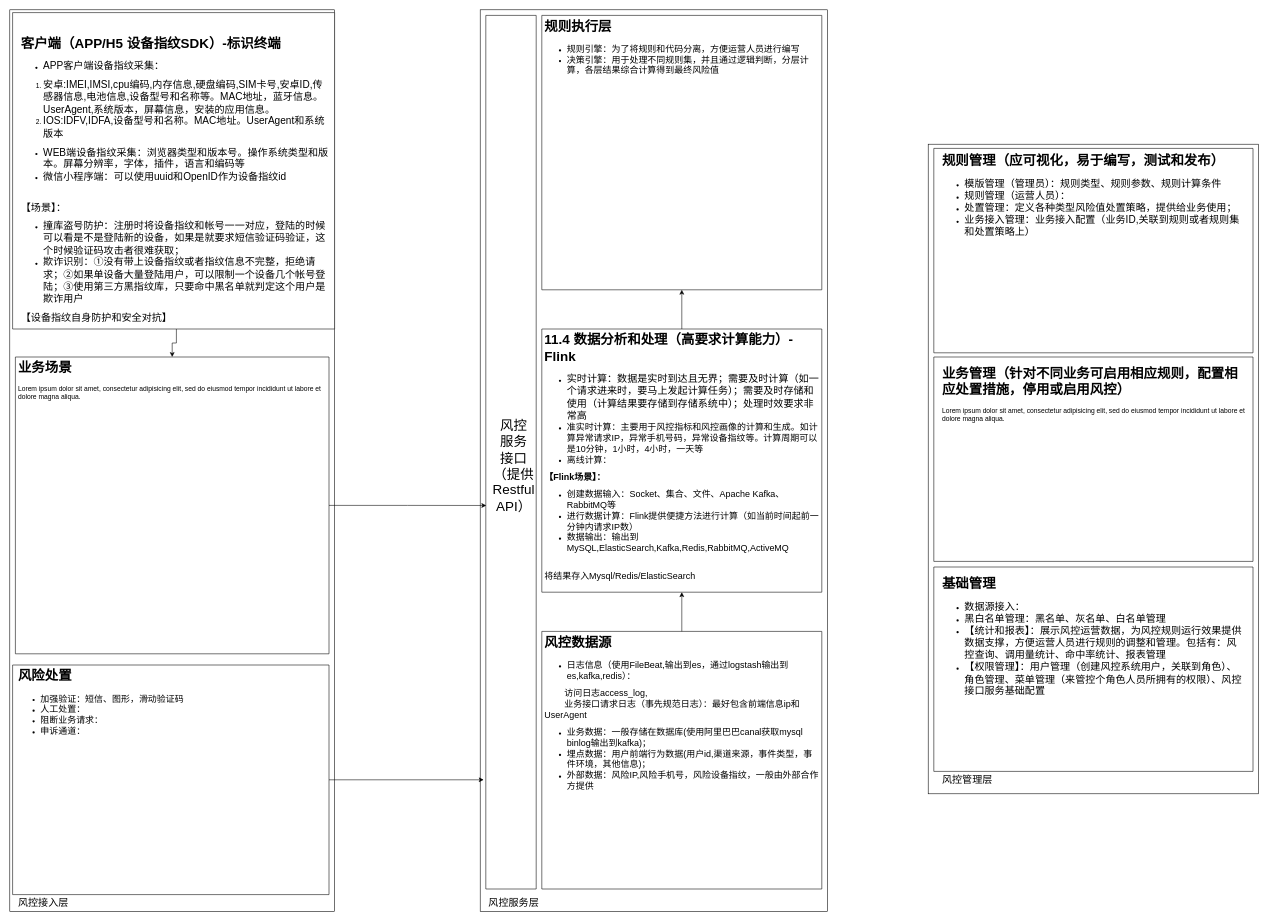
The draw.io diagram page "11.1 风控系统架构" (1 of 3) of 互联网安全风控系统介绍.drawio in kimi-sxh/process_pic, before the edit. Source tidied: cells renumbered, new cells numbered last; positions are measured from the earlier drawing's top-left corner, leaving out a move shared by most shapes. Both pictures are drawn from the tidied source at 56%, with x=0, y=0 at pixel (10, 10).
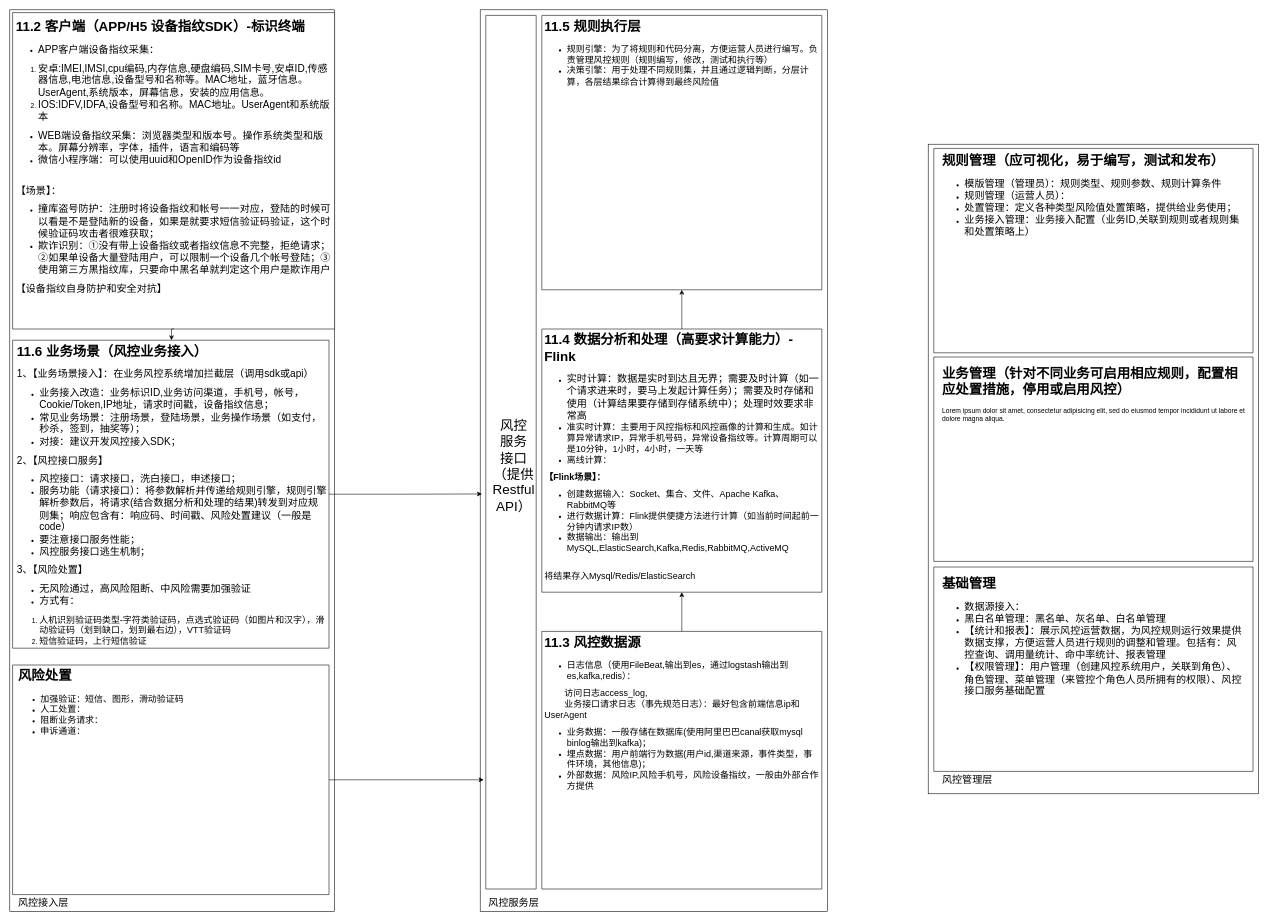
Above is the later version.

Unchanged cells that the change refers to:
```xml
<mxCell id="3" style="rounded=0;whiteSpace=wrap;html=1;" parent="1" vertex="1">
  <mxGeometry x="840" width="620" height="1610" as="geometry" />
</mxCell>
<mxCell id="8" style="verticalLabelPosition=bottom;verticalAlign=top;html=1;shape=mxgraph.basic.rect;fillColor2=none;strokeWidth=1;size=20;indent=5;" parent="1" vertex="1">
  <mxGeometry x="850" y="10" width="90" height="1560" as="geometry" />
</mxCell>
```

What changed in the source:
```diff
@@
-    <mxCell id="12" value="&lt;h1&gt;风控数据源&lt;/h1&gt;&lt;p&gt;&lt;/p&gt;&lt;ul&gt;&lt;li&gt;&lt;font size=&quot;3&quot;&gt;日志信息（使用FileBeat,输出到es，通过logstash输出到es,kafka,redis）：&lt;/font&gt;&lt;/li&gt;&lt;/ul&gt;&lt;span style=&quot;font-size: medium; background-color: initial;&quot;&gt;&lt;span style=&quot;white-space: pre;&quot;&gt;&#9;&lt;/span&gt;访问日志access_log,&lt;/span&gt;&lt;br&gt;&lt;span style=&quot;font-size: medium; background-color: initial;&quot;&gt;&lt;span style=&quot;white-space: pre;&quot;&gt;&#9;&lt;/span&gt;业务接口请求日志（事先规范日志）：最好包含前端信息ip和UserAgent&lt;/span&gt;&lt;br&gt;&lt;ul&gt;&lt;li&gt;&lt;font size=&quot;3&quot;&gt;业务数据：一般存储在数据库(使用阿里巴巴canal获取mysql binlog输出到kafka)；&lt;/font&gt;&lt;/li&gt;&lt;li&gt;&lt;font size=&quot;3&quot;&gt;埋点数据：用户前端行为数据(用户id,渠道来源，事件类型，事件环境，其他信息)；&lt;/font&gt;&lt;/li&gt;&lt;li&gt;&lt;font size=&quot;3&quot;&gt;外部数据：风险IP,风险手机号，风险设备指纹，一般由外部合作方提供&lt;/font&gt;&lt;/li&gt;&lt;/ul&gt;&lt;p&gt;&lt;/p&gt;&lt;p&gt;&lt;font size=&quot;3&quot;&gt;&lt;br&gt;&lt;/font&gt;&lt;/p&gt;" style="text;html=1;strokeColor=none;fillColor=none;spacing=5;spacingTop=-20;whiteSpace=wrap;overflow=hidden;rounded=0;" parent="1" vertex="1">
+    <mxCell id="12" value="&lt;h1&gt;11.3 风控数据源&lt;/h1&gt;&lt;p&gt;&lt;/p&gt;&lt;ul&gt;&lt;li&gt;&lt;font size=&quot;3&quot;&gt;日志信息（使用FileBeat,输出到es，通过logstash输出到es,kafka,redis）：&lt;/font&gt;&lt;/li&gt;&lt;/ul&gt;&lt;span style=&quot;font-size: medium; background-color: initial;&quot;&gt;&lt;span style=&quot;white-space: pre;&quot;&gt;&#9;&lt;/span&gt;访问日志access_log,&lt;/span&gt;&lt;br&gt;&lt;span style=&quot;font-size: medium; background-color: initial;&quot;&gt;&lt;span style=&quot;white-space: pre;&quot;&gt;&#9;&lt;/span&gt;业务接口请求日志（事先规范日志）：最好包含前端信息ip和UserAgent&lt;/span&gt;&lt;br&gt;&lt;ul&gt;&lt;li&gt;&lt;font size=&quot;3&quot;&gt;业务数据：一般存储在数据库(使用阿里巴巴canal获取mysql binlog输出到kafka)；&lt;/font&gt;&lt;/li&gt;&lt;li&gt;&lt;font size=&quot;3&quot;&gt;埋点数据：用户前端行为数据(用户id,渠道来源，事件类型，事件环境，其他信息)；&lt;/font&gt;&lt;/li&gt;&lt;li&gt;&lt;font size=&quot;3&quot;&gt;外部数据：风险IP,风险手机号，风险设备指纹，一般由外部合作方提供&lt;/font&gt;&lt;/li&gt;&lt;/ul&gt;&lt;p&gt;&lt;/p&gt;&lt;p&gt;&lt;font size=&quot;3&quot;&gt;&lt;br&gt;&lt;/font&gt;&lt;/p&gt;" style="text;html=1;strokeColor=none;fillColor=none;spacing=5;spacingTop=-20;whiteSpace=wrap;overflow=hidden;rounded=0;" parent="1" vertex="1">
       <mxGeometry x="950" y="1110" width="500" height="460" as="geometry" />
     </mxCell>
@@
-    <mxCell id="17" value="&lt;h1&gt;规则执行层&lt;/h1&gt;&lt;p&gt;&lt;/p&gt;&lt;ul&gt;&lt;li&gt;&lt;font size=&quot;3&quot;&gt;规则引擎：为了将规则和代码分离，方便运营人员进行编写&lt;/font&gt;&lt;/li&gt;&lt;li&gt;&lt;font size=&quot;3&quot;&gt;决策引擎：用于处理不同规则集，并且通过逻辑判断，分层计算，各层结果综合计算得到最终风险值&lt;/font&gt;&lt;/li&gt;&lt;/ul&gt;&lt;p&gt;&lt;/p&gt;" style="text;html=1;strokeColor=none;fillColor=none;spacing=5;spacingTop=-20;whiteSpace=wrap;overflow=hidden;rounded=0;" parent="1" vertex="1">
+    <mxCell id="17" value="&lt;h1&gt;11.5 规则执行层&lt;/h1&gt;&lt;p&gt;&lt;/p&gt;&lt;ul&gt;&lt;li&gt;&lt;font size=&quot;3&quot;&gt;规则引擎：为了将规则和代码分离，方便运营人员进行编写。负责管理风控规则（规则编写，修改，测试和执行等）&lt;/font&gt;&lt;/li&gt;&lt;li&gt;&lt;font size=&quot;3&quot;&gt;决策引擎：用于处理不同规则集，并且通过逻辑判断，分层计算，各层结果综合计算得到最终风险值&lt;/font&gt;&lt;/li&gt;&lt;/ul&gt;&lt;p&gt;&lt;/p&gt;" style="text;html=1;strokeColor=none;fillColor=none;spacing=5;spacingTop=-20;whiteSpace=wrap;overflow=hidden;rounded=0;" parent="1" vertex="1">
       <mxGeometry x="950" y="10" width="500" height="490" as="geometry" />
     </mxCell>
@@
-    <mxCell id="20" value="&lt;h1&gt;客户端（APP/H5 设备指纹SDK）-标识终端&lt;/h1&gt;&lt;p&gt;&lt;/p&gt;&lt;ul&gt;&lt;li&gt;&lt;font style=&quot;font-size: 18px;&quot;&gt;APP客户端设备指纹采集：&lt;/font&gt;&lt;/li&gt;&lt;/ul&gt;&lt;ol&gt;&lt;li&gt;&lt;span style=&quot;font-size: 18px;&quot;&gt;安卓:IMEI,IMSI,cpu编码,内存信息,硬盘编码,SIM卡号,安卓ID,传感器信息,电池信息,设备型号和名称等。MAC地址，蓝牙信息。UserAgent,系统版本，屏幕信息，安装的应用信息。&lt;/span&gt;&lt;/li&gt;&lt;li&gt;&lt;span style=&quot;font-size: 18px;&quot;&gt;IOS:IDFV,IDFA,设备型号和名称。MAC地址。UserAgent和系统版本&lt;/span&gt;&lt;/li&gt;&lt;/ol&gt;&lt;ul&gt;&lt;li&gt;&lt;font style=&quot;font-size: 18px;&quot;&gt;WEB端设备指纹采集：浏览器类型和版本号。操作系统类型和版本。屏幕分辨率，字体，插件，语言和编码等&lt;/font&gt;&lt;/li&gt;&lt;li&gt;&lt;font style=&quot;font-size: 18px;&quot;&gt;微信小程序端：可以使用uuid和OpenID作为设备指纹id&lt;/font&gt;&lt;/li&gt;&lt;/ul&gt;&lt;div&gt;&lt;span style=&quot;font-size: 18px;&quot;&gt;&lt;br&gt;&lt;/span&gt;&lt;/div&gt;&lt;div&gt;&lt;span style=&quot;font-size: 18px;&quot;&gt;【场景】：&lt;/span&gt;&lt;/div&gt;&lt;div&gt;&lt;ul&gt;&lt;li&gt;&lt;span style=&quot;font-size: 18px;&quot;&gt;撞库盗号防护：注册时将设备指纹和帐号一一对应，登陆的时候可以看是不是登陆新的设备，如果是就要求短信验证码验证，这个时候验证码攻击者很难获取；&lt;/span&gt;&lt;/li&gt;&lt;li&gt;&lt;span style=&quot;font-size: 18px;&quot;&gt;欺诈识别：①没有带上设备指纹或者指纹信息不完整，拒绝请求；②如果单设备大量登陆用户，可以限制一个设备几个帐号登陆；③使用第三方黑指纹库，只要命中黑名单就判定这个用户是欺诈用户&lt;/span&gt;&lt;/li&gt;&lt;/ul&gt;&lt;/div&gt;&lt;p&gt;&lt;/p&gt;&lt;p&gt;&lt;font style=&quot;font-size: 18px;&quot;&gt;【设备指纹自身防护和安全&lt;/font&gt;&lt;span style=&quot;font-size: 18px; background-color: initial;&quot;&gt;对抗】&lt;/span&gt;&lt;/p&gt;" style="text;html=1;strokeColor=none;fillColor=none;spacing=5;spacingTop=-20;whiteSpace=wrap;overflow=hidden;rounded=0;" parent="1" vertex="1">
-      <mxGeometry x="15" y="40" width="565" height="530" as="geometry" />
+    <mxCell id="20" value="&lt;h1&gt;11.2 客户端（APP/H5 设备指纹SDK）-标识终端&lt;/h1&gt;&lt;p&gt;&lt;/p&gt;&lt;ul&gt;&lt;li&gt;&lt;font style=&quot;font-size: 18px;&quot;&gt;APP客户端设备指纹采集：&lt;/font&gt;&lt;/li&gt;&lt;/ul&gt;&lt;ol&gt;&lt;li&gt;&lt;span style=&quot;font-size: 18px;&quot;&gt;安卓:IMEI,IMSI,cpu编码,内存信息,硬盘编码,SIM卡号,安卓ID,传感器信息,电池信息,设备型号和名称等。MAC地址，蓝牙信息。UserAgent,系统版本，屏幕信息，安装的应用信息。&lt;/span&gt;&lt;/li&gt;&lt;li&gt;&lt;span style=&quot;font-size: 18px;&quot;&gt;IOS:IDFV,IDFA,设备型号和名称。MAC地址。UserAgent和系统版本&lt;/span&gt;&lt;/li&gt;&lt;/ol&gt;&lt;ul&gt;&lt;li&gt;&lt;font style=&quot;font-size: 18px;&quot;&gt;WEB端设备指纹采集：浏览器类型和版本号。操作系统类型和版本。屏幕分辨率，字体，插件，语言和编码等&lt;/font&gt;&lt;/li&gt;&lt;li&gt;&lt;font style=&quot;font-size: 18px;&quot;&gt;微信小程序端：可以使用uuid和OpenID作为设备指纹id&lt;/font&gt;&lt;/li&gt;&lt;/ul&gt;&lt;div&gt;&lt;span style=&quot;font-size: 18px;&quot;&gt;&lt;br&gt;&lt;/span&gt;&lt;/div&gt;&lt;div&gt;&lt;span style=&quot;font-size: 18px;&quot;&gt;【场景】：&lt;/span&gt;&lt;/div&gt;&lt;div&gt;&lt;ul&gt;&lt;li&gt;&lt;span style=&quot;font-size: 18px;&quot;&gt;撞库盗号防护：注册时将设备指纹和帐号一一对应，登陆的时候可以看是不是登陆新的设备，如果是就要求短信验证码验证，这个时候验证码攻击者很难获取；&lt;/span&gt;&lt;/li&gt;&lt;li&gt;&lt;span style=&quot;font-size: 18px;&quot;&gt;欺诈识别：①没有带上设备指纹或者指纹信息不完整，拒绝请求；②如果单设备大量登陆用户，可以限制一个设备几个帐号登陆；③使用第三方黑指纹库，只要命中黑名单就判定这个用户是欺诈用户&lt;/span&gt;&lt;/li&gt;&lt;/ul&gt;&lt;/div&gt;&lt;p&gt;&lt;/p&gt;&lt;p&gt;&lt;font style=&quot;font-size: 18px;&quot;&gt;【设备指纹自身防护和安全&lt;/font&gt;&lt;span style=&quot;font-size: 18px; background-color: initial;&quot;&gt;对抗】&lt;/span&gt;&lt;/p&gt;" style="text;html=1;strokeColor=none;fillColor=none;spacing=5;spacingTop=-20;whiteSpace=wrap;overflow=hidden;rounded=0;" parent="1" vertex="1">
+      <mxGeometry x="6.2" y="10" width="573.8" height="560" as="geometry" />
     </mxCell>
     <mxCell id="21" style="verticalLabelPosition=bottom;verticalAlign=top;html=1;shape=mxgraph.basic.rect;fillColor2=none;strokeWidth=1;size=20;indent=5;" parent="1" vertex="1">
-      <mxGeometry x="10" y="620" width="560" height="530" as="geometry" />
+      <mxGeometry x="5" y="590" width="565" height="550" as="geometry" />
     </mxCell>
@@
-    <mxCell id="23" value="&lt;h1&gt;业务场景&lt;/h1&gt;&lt;p&gt;Lorem ipsum dolor sit amet, consectetur adipisicing elit, sed do eiusmod tempor incididunt ut labore et dolore magna aliqua.&lt;/p&gt;" style="text;html=1;strokeColor=none;fillColor=none;spacing=5;spacingTop=-20;whiteSpace=wrap;overflow=hidden;rounded=0;" parent="1" vertex="1">
-      <mxGeometry x="10" y="620" width="560" height="530" as="geometry" />
+    <mxCell id="23" value="&lt;h1&gt;11.6 业务场景（风控业务接入）&lt;/h1&gt;&lt;p&gt;&lt;font style=&quot;font-size: 18px;&quot;&gt;1、【业务场景接入】：在业务风控系统增加拦截层（调用sdk或api）&lt;/font&gt;&lt;/p&gt;&lt;p&gt;&lt;/p&gt;&lt;ul&gt;&lt;li&gt;&lt;span style=&quot;font-size: 18px;&quot;&gt;业务接入改造：业务标识ID,业务访问渠道，手机号，帐号，Cookie/Token,IP地址，请求时间戳，设备指纹信息；&lt;/span&gt;&lt;/li&gt;&lt;li&gt;&lt;span style=&quot;font-size: 18px;&quot;&gt;常见业务场景：注册场景，登陆场景，业务操作场景（如支付，秒杀，签到，抽奖等）；&lt;/span&gt;&lt;/li&gt;&lt;li&gt;&lt;span style=&quot;font-size: 18px;&quot;&gt;对接：建议开发风控接入SDK；&lt;/span&gt;&lt;/li&gt;&lt;/ul&gt;&lt;div&gt;&lt;span style=&quot;font-size: 18px;&quot;&gt;2、【风控接口服务】&lt;/span&gt;&lt;/div&gt;&lt;ul&gt;&lt;li&gt;&lt;span style=&quot;font-size: 18px;&quot;&gt;风控接口：请求接口，洗白接口，申述接口；&lt;/span&gt;&lt;/li&gt;&lt;li&gt;&lt;span style=&quot;font-size: 18px;&quot;&gt;服务功能（请求接口）：将参数解析并传递给规则引擎，规则引擎解析参数后，将请求(结合数据分析和处理的结果)转发到对应规则集；响应包含有：响应码、时间戳、风险处置建议（一般是code）&lt;/span&gt;&lt;/li&gt;&lt;li&gt;&lt;font style=&quot;font-size: 18px;&quot;&gt;要注意接口服务性能；&lt;/font&gt;&lt;/li&gt;&lt;li&gt;&lt;span style=&quot;font-size: 18px;&quot;&gt;风控服务接口逃生机制；&lt;/span&gt;&lt;/li&gt;&lt;/ul&gt;&lt;div&gt;&lt;span style=&quot;font-size: 18px;&quot;&gt;3、【风险处置】&lt;/span&gt;&lt;/div&gt;&lt;div&gt;&lt;ul&gt;&lt;li&gt;&lt;font style=&quot;font-size: 18px;&quot;&gt;无风险通过，高风险阻断、中风险需要加强验证&lt;/font&gt;&lt;br&gt;&lt;/li&gt;&lt;li&gt;&lt;font style=&quot;font-size: 18px;&quot;&gt;方式有：&lt;/font&gt;&lt;/li&gt;&lt;/ul&gt;&lt;ol&gt;&lt;li&gt;&lt;span style=&quot;background-color: initial;&quot;&gt;&lt;font size=&quot;3&quot;&gt;人机识别验证码类型-字符类验证码，点选式验证码（如图片和汉字），滑动验证码（划到缺口，划到最右边），VTT验证码&lt;/font&gt;&lt;/span&gt;&lt;/li&gt;&lt;li&gt;&lt;span style=&quot;background-color: initial;&quot;&gt;&lt;font size=&quot;3&quot;&gt;短信验证码，上行短信验证&lt;/font&gt;&lt;br&gt;&lt;/span&gt;&lt;/li&gt;&lt;/ol&gt;&lt;/div&gt;&lt;p&gt;&lt;/p&gt;" style="text;html=1;strokeColor=none;fillColor=none;spacing=5;spacingTop=-20;whiteSpace=wrap;overflow=hidden;rounded=0;" parent="1" vertex="1">
+      <mxGeometry x="7.5" y="590" width="562.5" height="550" as="geometry" />
     </mxCell>
@@
-    <mxCell id="31" style="edgeStyle=orthogonalEdgeStyle;rounded=0;jettySize=auto;html=1;exitX=1;exitY=0.5;exitDx=0;exitDy=0;entryX=0.009;entryY=0.561;entryDx=0;entryDy=0;entryPerimeter=0;" parent="1" edge="1" source="23" target="8">
-      <mxGeometry relative="1" as="geometry" />
-    </mxCell>
@@
+    <mxCell id="33" style="edgeStyle=orthogonalEdgeStyle;rounded=0;jettySize=auto;html=1;exitX=1;exitY=0.5;exitDx=0;exitDy=0;entryX=0.005;entryY=0.537;entryDx=0;entryDy=0;entryPerimeter=0;" parent="1" edge="1" source="23" target="3">
+      <mxGeometry relative="1" as="geometry" />
+    </mxCell>
```
